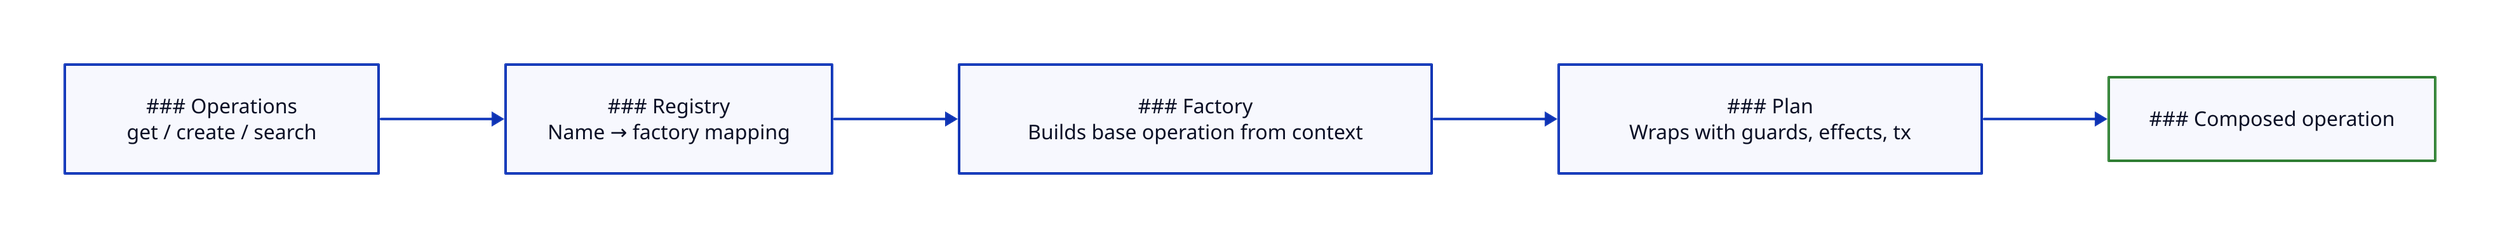
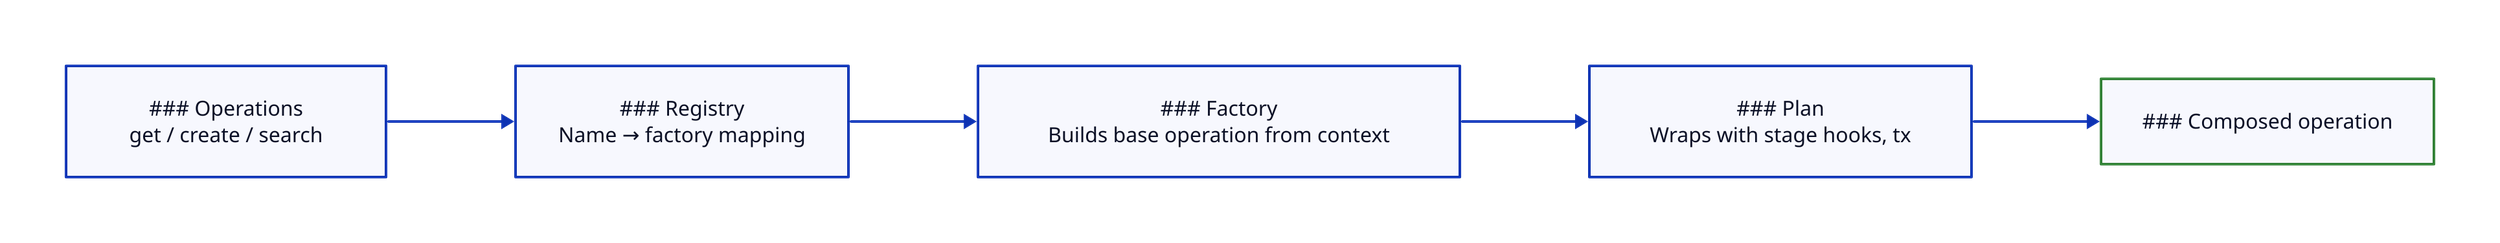
# Operation registry and plan resolution

style: {
    fill: transparent
}

vars: {
    d2-config: {
        pad: 50
    }
}

direction: right

Names: |md
    ### Operations
    get / create / search
|
Names.shape: rectangle

Registry: |md
    ### Registry
    Name → factory mapping
|
Registry.shape: rectangle

Factory: |md
    ### Factory
    Builds base operation from context
|
Factory.shape: rectangle

Plan: |md
    ### Plan
-     Wraps with guards, effects, tx
+     Wraps with stage hooks, tx
|
Plan.shape: rectangle

Composed: |md
    ### Composed operation
|
Composed.shape: rectangle
Composed.style: {
    stroke: "#2e7d32"
}

Names -> Registry -> Factory -> Plan -> Composed
